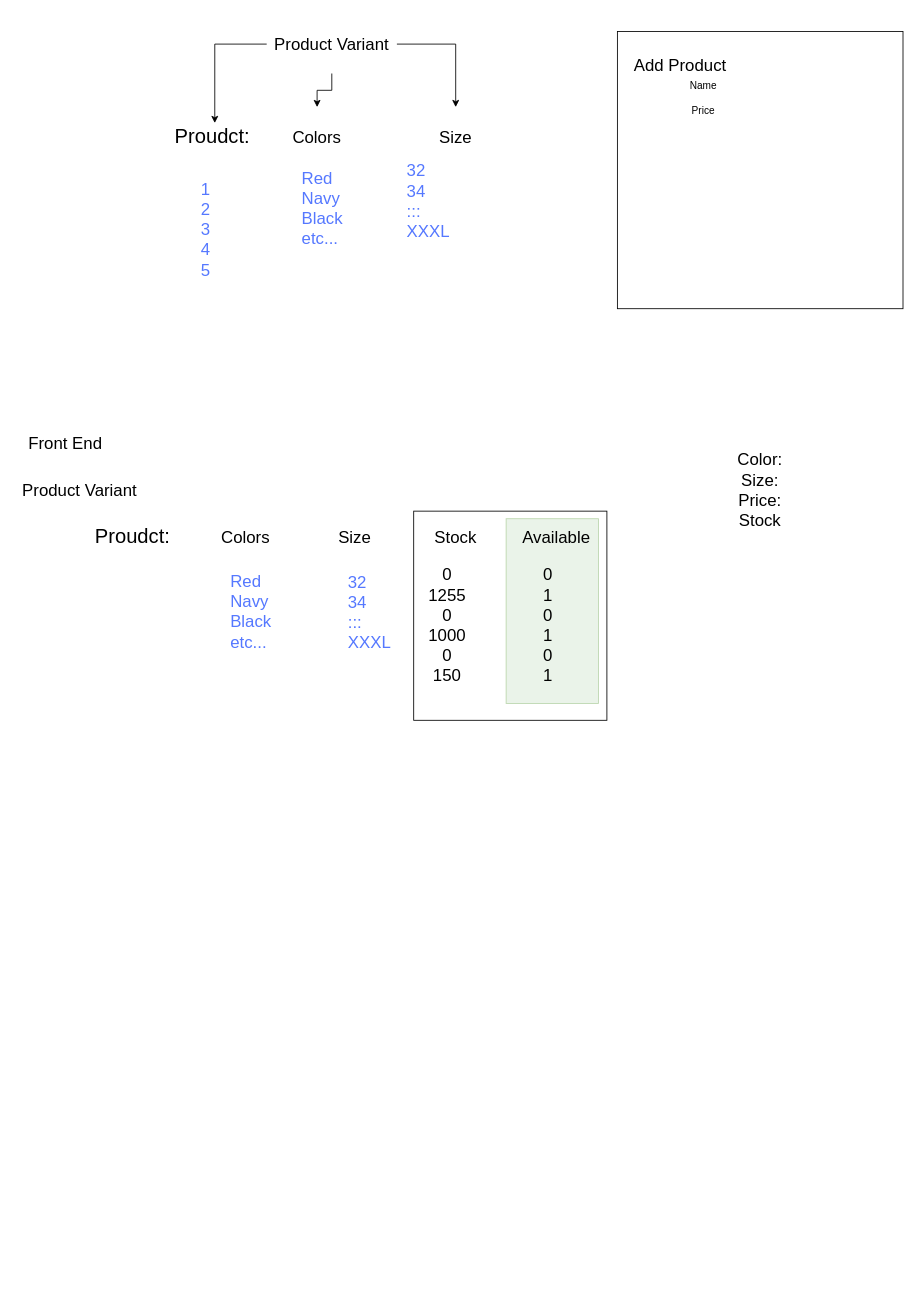
Above: page "Adding Product Feature" (5 of 5) of Kemet.drawio in MustaphaAlaa/Kemet (draw.io), before the change. Source tidied: cells renumbered, new cells numbered last; positions are measured from the earlier drawing's top-left corner, leaving out a move shared by most shapes. Both pictures are drawn from the tidied source at 84%, with x=0, y=0 at pixel (14, 14).
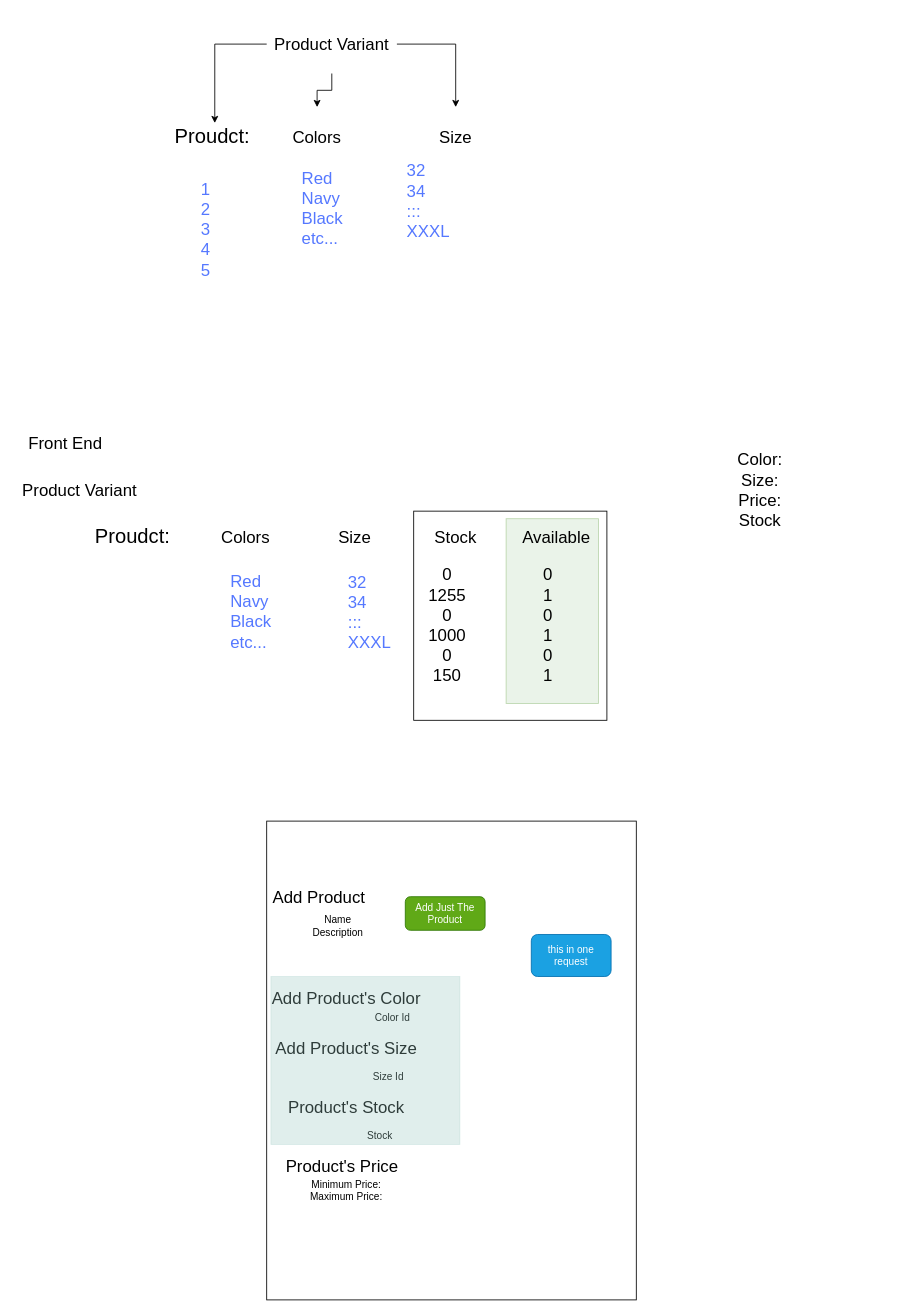
The same page after the edit.

Diff of the diagram source:
```diff
@@
     <mxCell id="26" style="rounded=0;whiteSpace=wrap;html=1;" parent="1" vertex="1">
-      <mxGeometry x="717.5" y="20" width="340" height="330" as="geometry" />
+      <mxGeometry x="300" y="960" width="440" height="570" as="geometry" />
     </mxCell>
     <mxCell id="27" value="&lt;span style=&quot;font-size: 20px;&quot;&gt;Add Product&lt;/span&gt;" style="text;html=1;align=center;verticalAlign=middle;whiteSpace=wrap;rounded=0;" parent="1" vertex="1">
-      <mxGeometry x="735" y="30" width="115" height="60" as="geometry" />
+      <mxGeometry x="305" y="1020" width="115" height="60" as="geometry" />
     </mxCell>
-    <mxCell id="28" value="Name" style="text;html=1;align=center;verticalAlign=middle;whiteSpace=wrap;rounded=0;" parent="1" vertex="1">
-      <mxGeometry x="790" y="70" width="60" height="30" as="geometry" />
+    <mxCell id="28" value="Name&lt;br&gt;Description" style="text;html=1;align=center;verticalAlign=middle;whiteSpace=wrap;rounded=0;" parent="1" vertex="1">
+      <mxGeometry x="355" y="1070" width="60" height="30" as="geometry" />
     </mxCell>
-    <mxCell id="29" value="Price" style="text;html=1;align=center;verticalAlign=middle;whiteSpace=wrap;rounded=0;" parent="1" vertex="1">
-      <mxGeometry x="790" y="100" width="60" height="30" as="geometry" />
-    </mxCell>
+    <mxCell id="30" value="&lt;span style=&quot;font-size: 20px;&quot;&gt;Add Product's Color&lt;/span&gt;" style="text;html=1;align=center;verticalAlign=middle;whiteSpace=wrap;rounded=0;" parent="1" vertex="1">
+      <mxGeometry x="300" y="1140" width="190" height="60" as="geometry" />
+    </mxCell>
+    <mxCell id="31" value="Color Id" style="text;html=1;align=center;verticalAlign=middle;whiteSpace=wrap;rounded=0;" parent="1" vertex="1">
+      <mxGeometry x="420" y="1180" width="60" height="30" as="geometry" />
+    </mxCell>
+    <mxCell id="32" value="&lt;span style=&quot;font-size: 20px;&quot;&gt;Add Product's Size&lt;/span&gt;" style="text;html=1;align=center;verticalAlign=middle;whiteSpace=wrap;rounded=0;" parent="1" vertex="1">
+      <mxGeometry x="305" y="1210" width="180" height="40" as="geometry" />
+    </mxCell>
+    <mxCell id="33" value="Size Id" style="text;html=1;align=center;verticalAlign=middle;whiteSpace=wrap;rounded=0;" parent="1" vertex="1">
+      <mxGeometry x="415" y="1250" width="60" height="30" as="geometry" />
+    </mxCell>
+    <mxCell id="34" value="&lt;span style=&quot;font-size: 20px;&quot;&gt;Product's Stock&lt;/span&gt;" style="text;html=1;align=center;verticalAlign=middle;whiteSpace=wrap;rounded=0;" parent="1" vertex="1">
+      <mxGeometry x="305" y="1280" width="180" height="40" as="geometry" />
+    </mxCell>
+    <mxCell id="35" value="Stock" style="text;html=1;align=center;verticalAlign=middle;whiteSpace=wrap;rounded=0;" parent="1" vertex="1">
+      <mxGeometry x="405" y="1320" width="60" height="30" as="geometry" />
+    </mxCell>
+    <mxCell id="36" value="&lt;span style=&quot;font-size: 20px;&quot;&gt;Product's Price&lt;/span&gt;" style="text;html=1;align=center;verticalAlign=middle;whiteSpace=wrap;rounded=0;" parent="1" vertex="1">
+      <mxGeometry x="300" y="1350" width="180" height="40" as="geometry" />
+    </mxCell>
+    <mxCell id="37" value="Minimum Price:&lt;br&gt;Maximum Price:" style="text;html=1;align=center;verticalAlign=middle;whiteSpace=wrap;rounded=0;" parent="1" vertex="1">
+      <mxGeometry x="335" y="1380" width="120" height="40" as="geometry" />
+    </mxCell>
+    <mxCell id="38" value="this in one request" style="rounded=1;whiteSpace=wrap;html=1;fillColor=#1ba1e2;fontColor=#ffffff;strokeColor=#006EAF;" parent="1" vertex="1">
+      <mxGeometry x="615" y="1095" width="95" height="50" as="geometry" />
+    </mxCell>
+    <mxCell id="39" value="Add Just The Product" style="rounded=1;whiteSpace=wrap;html=1;fillColor=#60a917;fontColor=#ffffff;strokeColor=#2D7600;" parent="1" vertex="1">
+      <mxGeometry x="465" y="1050" width="95" height="40" as="geometry" />
+    </mxCell>
+    <mxCell id="40" style="rounded=0;whiteSpace=wrap;html=1;fillStyle=solid;strokeColor=#9AC7BF;fillColor=#9AC7BF;opacity=30;" parent="1" vertex="1">
+      <mxGeometry x="305" y="1145" width="225" height="200" as="geometry" />
+    </mxCell>
```
